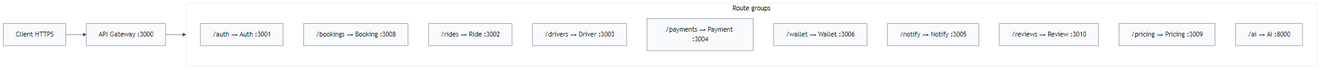
Earlier version of the Mermaid export img/14_api_gateway_routing_map.png (foxxiee04/Cab-Booking-System-Project). Its source is kept beside it as docs/diagrams/mermaid/14_api_gateway_routing_map.mmd.
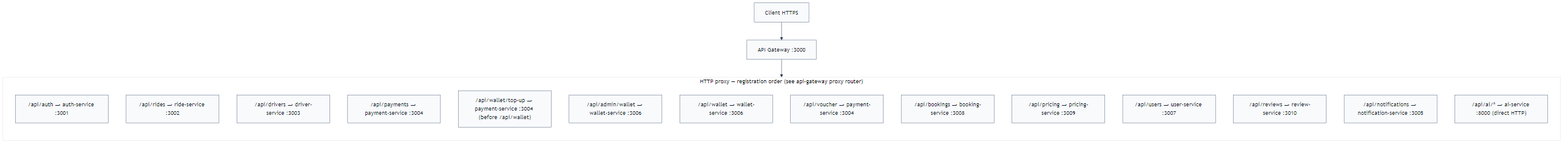
After the change.

Change to the diagram source:
```diff
@@ -1,21 +1,25 @@
 %%{init: {'theme': 'base', 'themeVariables': { 'primaryColor': '#f8fafc', 'primaryTextColor': '#111827', 'primaryBorderColor': '#64748b', 'lineColor': '#334155'}}}%%
-flowchart LR
+flowchart TB
   IN[Client HTTPS]
 
   GW[API Gateway :3000]
 
-  subgraph B["Route groups"]
+  subgraph R["HTTP proxy — registration order (see api-gateway proxy router)"]
     direction TB
-    R1["/auth → Auth :3001"]
-    R2["/bookings → Booking :3008"]
-    R3["/rides → Ride :3002"]
-    R4["/drivers → Driver :3003"]
-    R5["/payments → Payment :3004"]
-    R6["/wallet → Wallet :3006"]
-    R7["/notify → Notify :3005"]
-    R8["/reviews → Review :3010"]
-    R9["/pricing → Pricing :3009"]
-    R0["/ai → AI :8000"]
+    A1["/api/auth → auth-service :3001"]
+    A2["/api/rides → ride-service :3002"]
+    A3["/api/drivers → driver-service :3003"]
+    A4["/api/payments → payment-service :3004"]
+    A5["/api/wallet/top-up → payment-service :3004 (before /api/wallet)"]
+    A6["/api/admin/wallet → wallet-service :3006"]
+    A7["/api/wallet → wallet-service :3006"]
+    A8["/api/voucher → payment-service :3004"]
+    A9["/api/bookings → booking-service :3008"]
+    A10["/api/pricing → pricing-service :3009"]
+    A11["/api/users → user-service :3007"]
+    A12["/api/reviews → review-service :3010"]
+    A13["/api/notifications → notification-service :3005"]
+    A14["/api/ai/* → ai-service :8000 (direct HTTP)"]
   end
 
-  IN --> GW --> B
+  IN --> GW --> R
```
